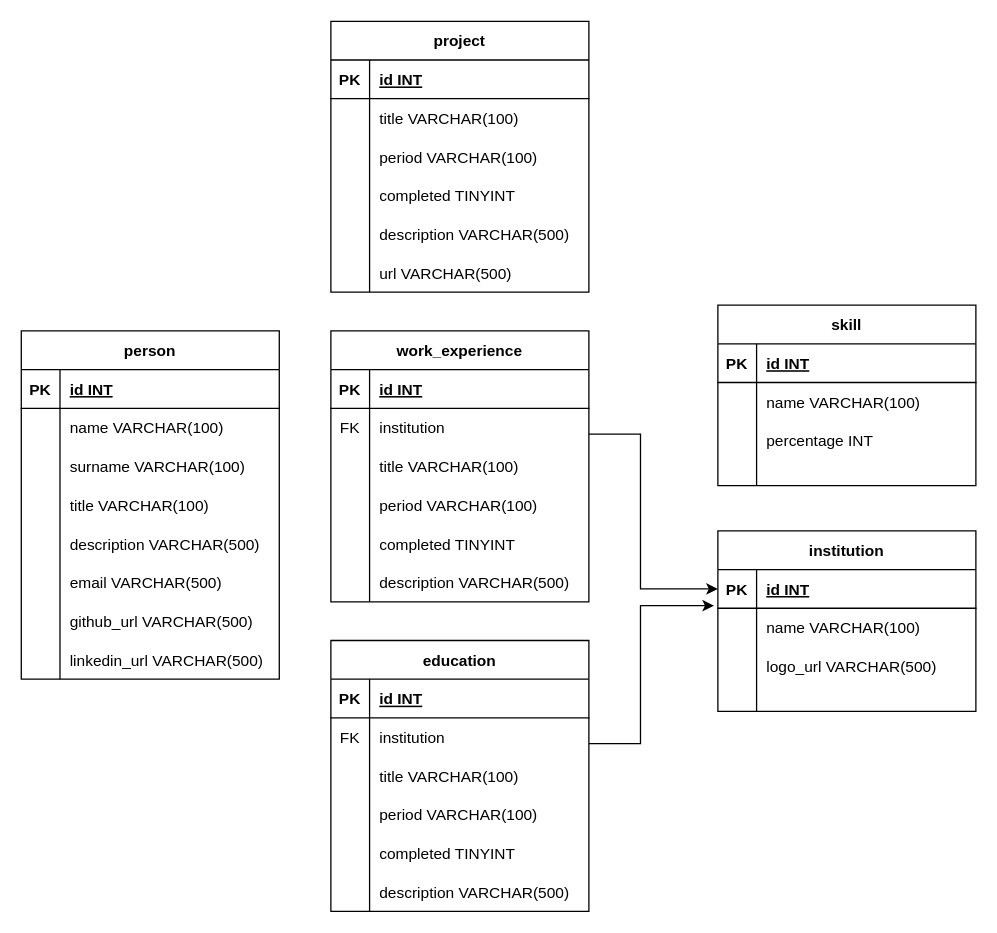
The draw.io diagram modelo relacional.drawio in sebastian-charras/portfolio-BackEnd, before the edit. Source tidied: cells renumbered, new cells numbered last; positions are measured from the earlier drawing's top-left corner, leaving out a move shared by most shapes. Both pictures are drawn from the tidied source at 129%, with x=0, y=0 at pixel (21, 21).
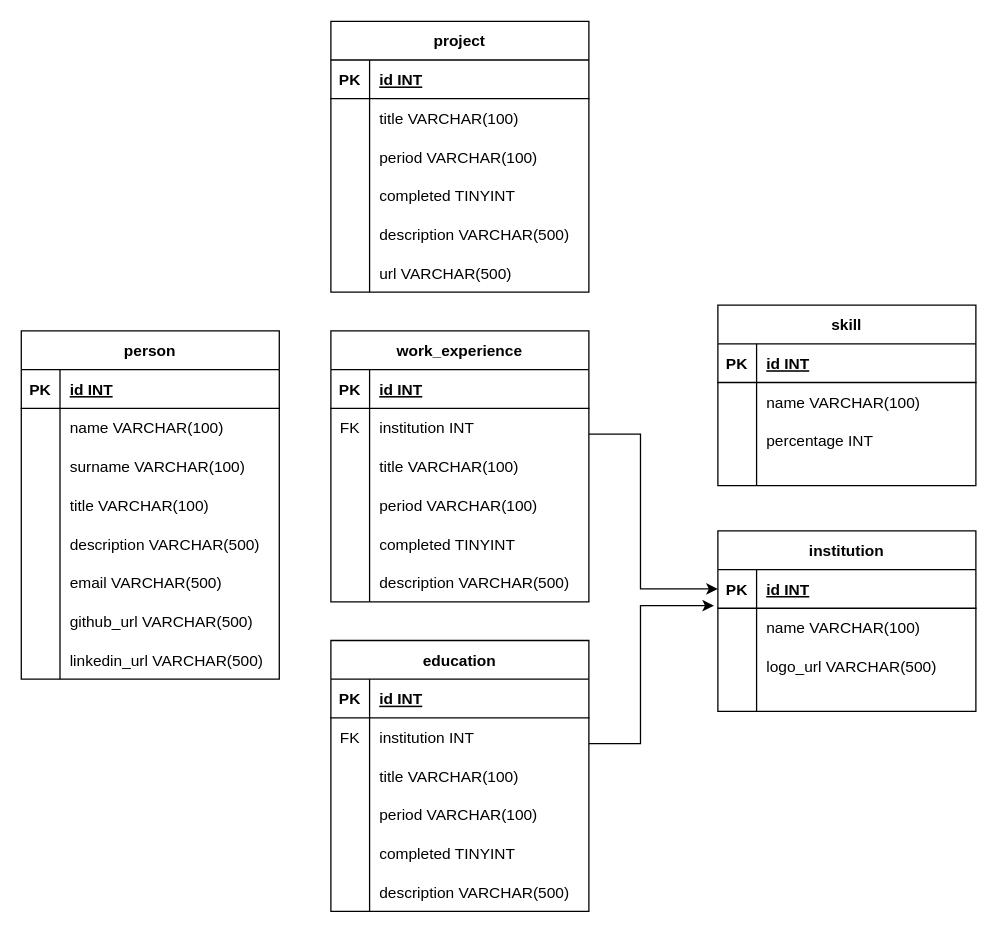
Above is the later version.

Commit message (it also covers changes not shown here):
Agregado tipo de dato en modelo relacional de FK en dos tablas, y creado el diseño fisico (archivo .sql)

The change refers to these unchanged cells:
```xml
<mxCell id="40" style="shape=tableRow;horizontal=0;startSize=0;swimlaneHead=0;swimlaneBody=0;fillColor=none;top=0;left=0;right=0;bottom=0;" parent="36" vertex="1">
  <mxGeometry y="60" width="200" height="30" as="geometry" />
</mxCell>
<mxCell id="56" style="shape=tableRow;horizontal=0;startSize=0;swimlaneHead=0;swimlaneBody=0;fillColor=none;top=0;left=0;right=0;bottom=0;" parent="52" vertex="1">
  <mxGeometry y="60" width="200" height="30" as="geometry" />
</mxCell>
```

Diff of the diagram source:
```diff
@@
-    <mxCell id="42" value="institution" style="shape=partialRectangle;fillColor=none;top=0;left=0;bottom=0;right=0;align=left;spacingLeft=6;overflow=hidden;" parent="40" vertex="1">
+    <mxCell id="42" value="institution INT" style="shape=partialRectangle;fillColor=none;top=0;left=0;bottom=0;right=0;align=left;spacingLeft=6;overflow=hidden;" parent="40" vertex="1">
       <mxGeometry x="30" width="170" height="30" as="geometry" />
     </mxCell>
@@
-    <mxCell id="58" value="institution" style="shape=partialRectangle;fillColor=none;top=0;left=0;bottom=0;right=0;align=left;spacingLeft=6;overflow=hidden;" parent="56" vertex="1">
+    <mxCell id="58" value="institution INT" style="shape=partialRectangle;fillColor=none;top=0;left=0;bottom=0;right=0;align=left;spacingLeft=6;overflow=hidden;" parent="56" vertex="1">
       <mxGeometry x="30" width="170" height="30" as="geometry" />
     </mxCell>
```
